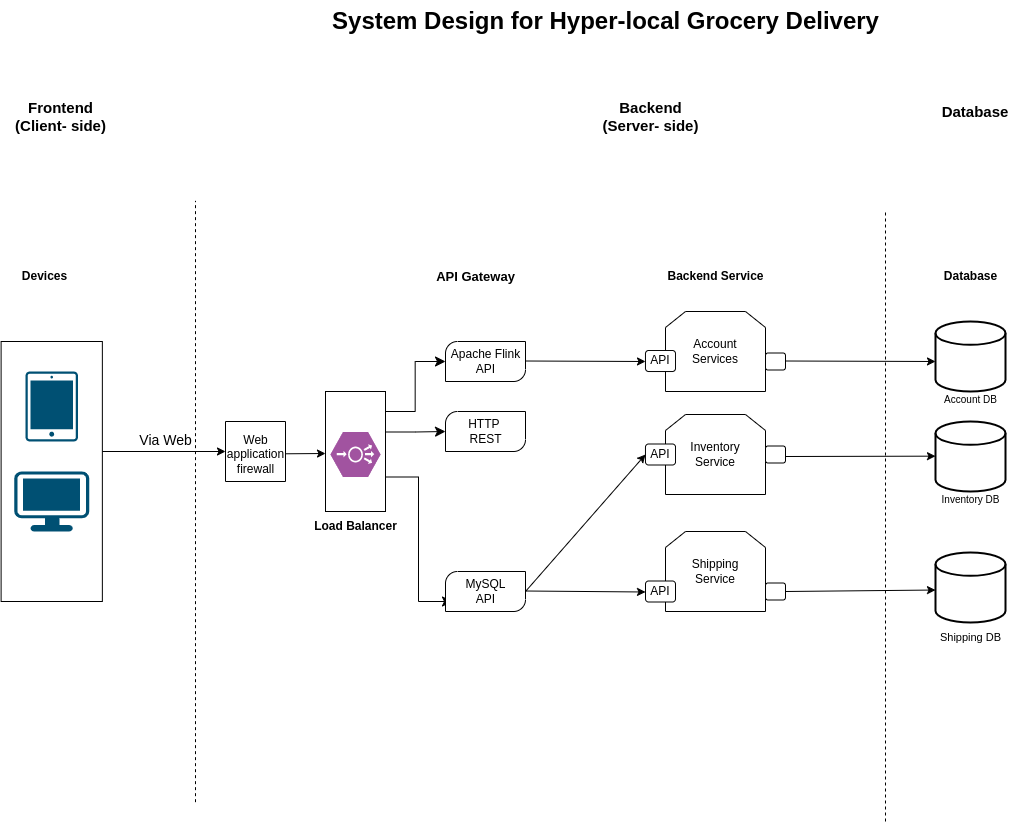
rushikesh-mallanath/draw keeps this draw.io diagram as mytask.drawio.png. Above is the earlier version. Source tidied: cells renumbered, new cells last; positions are measured from the earlier drawing's top-left corner, leaving out a move shared by most shapes.
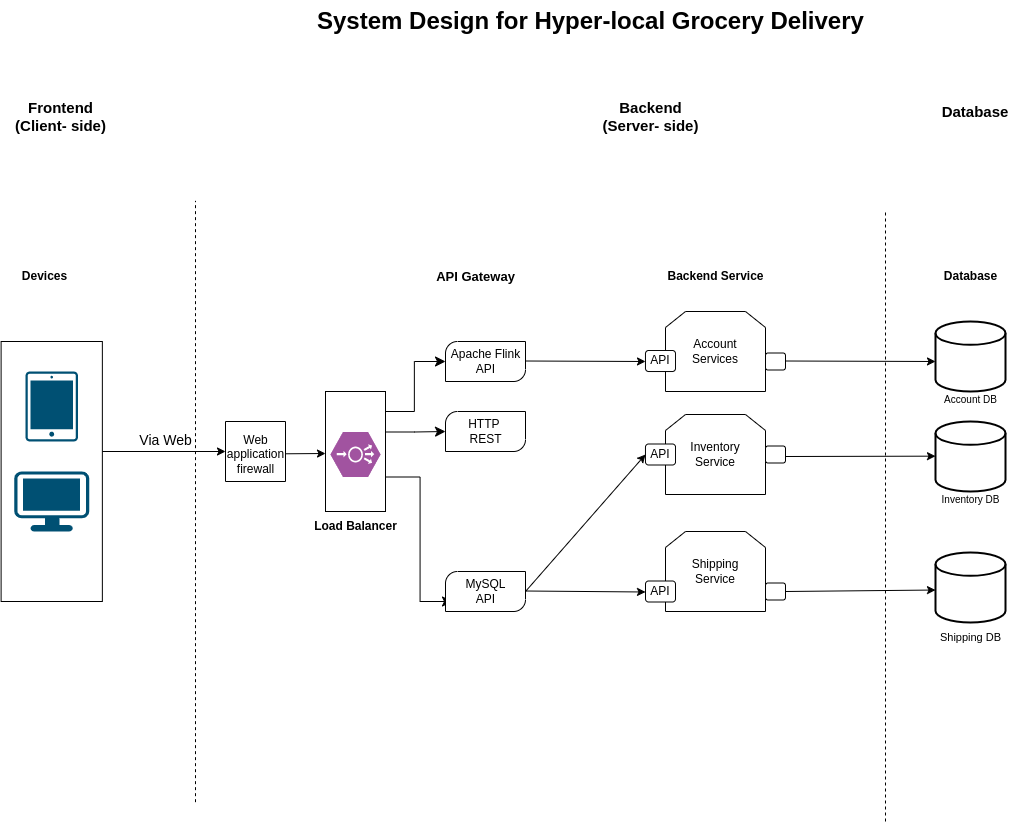
After the commit.

Diff of the diagram source:
```diff
@@ -20,7 +20,7 @@
         <mxPoint x="884" y="210" as="targetPoint" />
       </mxGeometry>
     </mxCell>
-    <mxCell id="5" value="System Design for Hyper-local Grocery Delivery" style="text;strokeColor=none;fillColor=none;html=1;fontSize=24;fontStyle=1;verticalAlign=middle;align=center;" parent="1" vertex="1">
+    <mxCell id="5" value="System Design for Hyper-local Grocery Delivery" style="text;strokeColor=none;fillColor=none;html=1;fontSize=24;fontStyle=1;verticalAlign=middle;align=left;" parent="1" vertex="1">
       <mxGeometry x="314" width="580" height="40" as="geometry" />
     </mxCell>
     <mxCell id="6" value="Frontend&lt;br style=&quot;font-size: 15px;&quot;&gt;(Client- side)" style="text;html=1;align=center;verticalAlign=middle;strokeColor=none;fillColor=none;fontSize=15;fontStyle=1;" parent="1" vertex="1">
```
